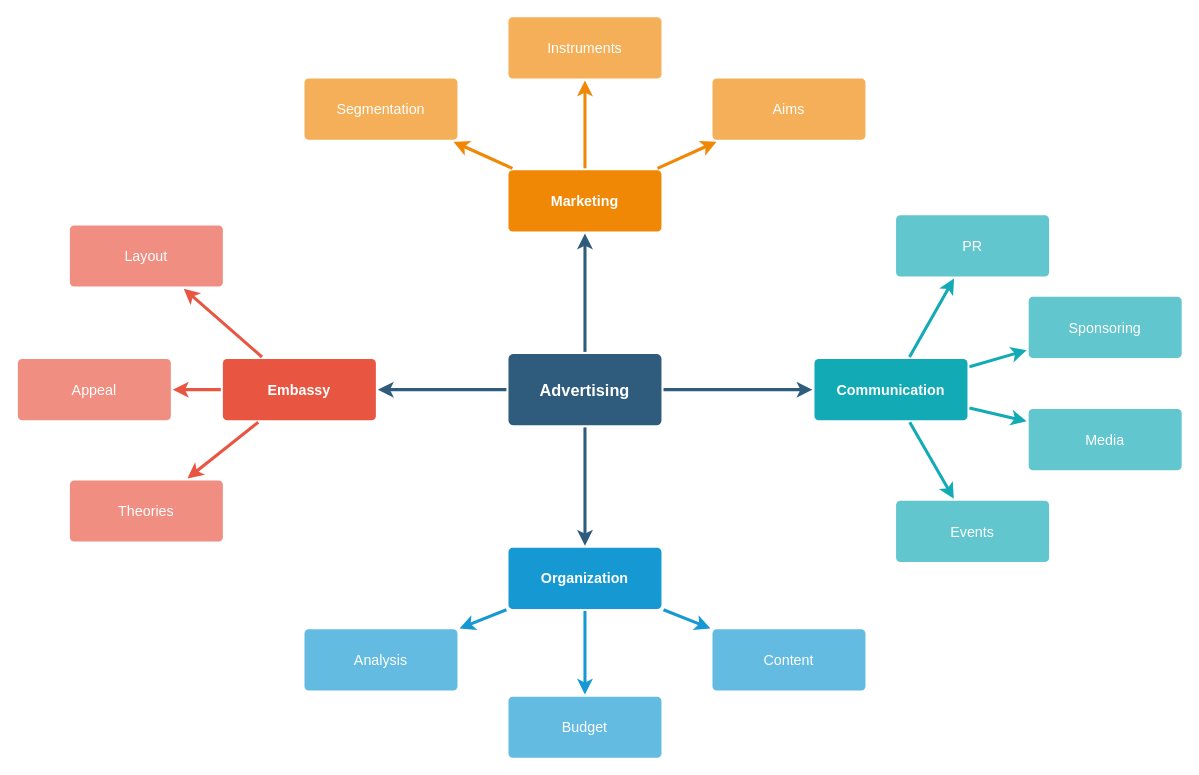
Before: Untitled Diagram.drawio in Pratex04/Java_Teman, a draw.io diagram. Source tidied: cells renumbered, new cells numbered last; positions are measured from the earlier drawing's top-left corner, leaving out a move shared by most shapes. Both pictures are drawn from the tidied source at 102%, with x=0, y=0 at pixel (17, 16).
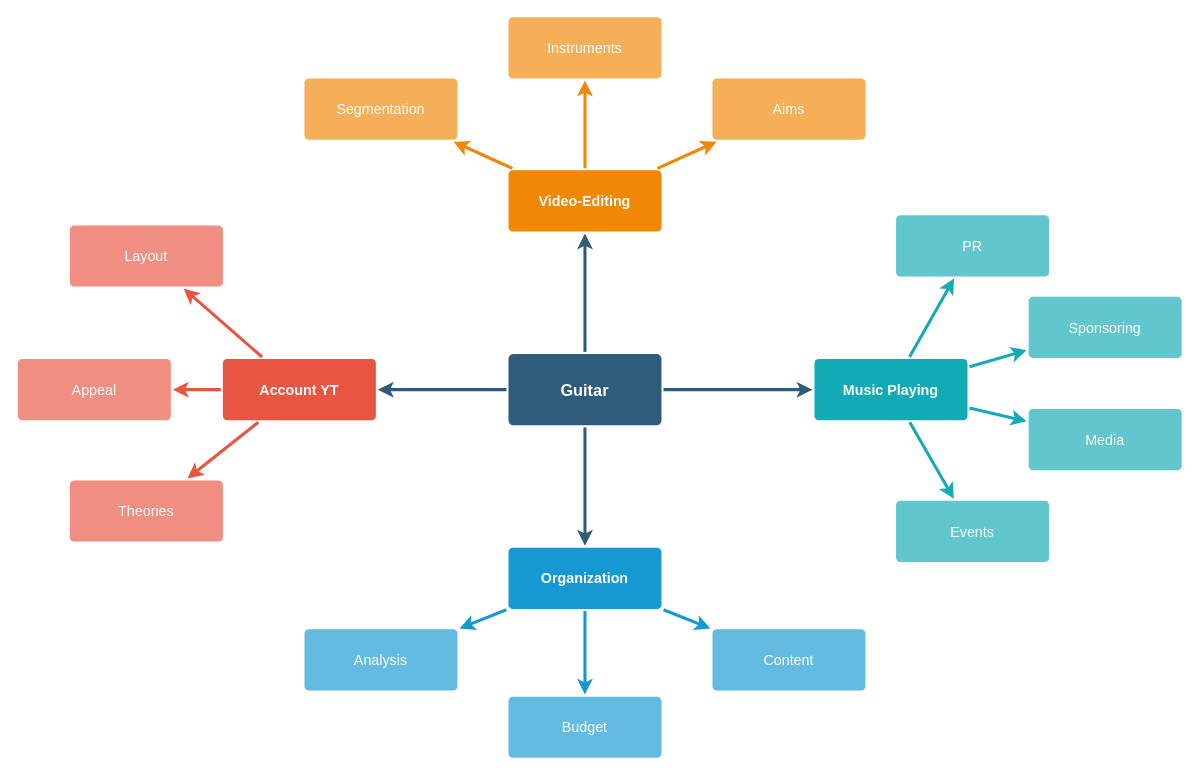
After the change.

Commit message:
guitar-plan-yt

The edit, as a diff of the source:
```diff
@@
-    <mxCell id="6" value="Advertising" style="rounded=1;whiteSpace=wrap;html=1;shadow=0;labelBackgroundColor=none;strokeColor=none;strokeWidth=3;fillColor=#2F5B7C;fontFamily=Helvetica;fontSize=16;fontColor=#FFFFFF;align=center;fontStyle=1;spacing=5;arcSize=7;perimeterSpacing=2;" parent="1" vertex="1">
+    <mxCell id="6" value="Guitar" style="rounded=1;whiteSpace=wrap;html=1;shadow=0;labelBackgroundColor=none;strokeColor=none;strokeWidth=3;fillColor=#2F5B7C;fontFamily=Helvetica;fontSize=16;fontColor=#FFFFFF;align=center;fontStyle=1;spacing=5;arcSize=7;perimeterSpacing=2;" parent="1" vertex="1">
       <mxGeometry x="481" y="330.5" width="150" height="70" as="geometry" />
     </mxCell>
@@
-    <mxCell id="10" value="Embassy" style="rounded=1;whiteSpace=wrap;html=1;shadow=0;labelBackgroundColor=none;strokeColor=none;strokeWidth=3;fillColor=#e85642;fontFamily=Helvetica;fontSize=14;fontColor=#FFFFFF;align=center;spacing=5;fontStyle=1;arcSize=7;perimeterSpacing=2;" parent="1" vertex="1">
+    <mxCell id="10" value="Account YT" style="rounded=1;whiteSpace=wrap;html=1;shadow=0;labelBackgroundColor=none;strokeColor=none;strokeWidth=3;fillColor=#e85642;fontFamily=Helvetica;fontSize=14;fontColor=#FFFFFF;align=center;spacing=5;fontStyle=1;arcSize=7;perimeterSpacing=2;" parent="1" vertex="1">
       <mxGeometry x="201" y="335.5" width="150" height="60" as="geometry" />
     </mxCell>
@@
-    <mxCell id="21" value="Marketing" style="rounded=1;whiteSpace=wrap;html=1;shadow=0;labelBackgroundColor=none;strokeColor=none;strokeWidth=3;fillColor=#F08705;fontFamily=Helvetica;fontSize=14;fontColor=#FFFFFF;align=center;spacing=5;fontStyle=1;arcSize=7;perimeterSpacing=2;" parent="1" vertex="1">
+    <mxCell id="21" value="Video-Editing" style="rounded=1;whiteSpace=wrap;html=1;shadow=0;labelBackgroundColor=none;strokeColor=none;strokeWidth=3;fillColor=#F08705;fontFamily=Helvetica;fontSize=14;fontColor=#FFFFFF;align=center;spacing=5;fontStyle=1;arcSize=7;perimeterSpacing=2;" parent="1" vertex="1">
       <mxGeometry x="481" y="150.5" width="150" height="60" as="geometry" />
     </mxCell>
@@
-    <mxCell id="28" value="Communication" style="rounded=1;whiteSpace=wrap;html=1;shadow=0;labelBackgroundColor=none;strokeColor=none;strokeWidth=3;fillColor=#12aab5;fontFamily=Helvetica;fontSize=14;fontColor=#FFFFFF;align=center;spacing=5;fontStyle=1;arcSize=7;perimeterSpacing=2;" parent="1" vertex="1">
+    <mxCell id="28" value="Music Playing" style="rounded=1;whiteSpace=wrap;html=1;shadow=0;labelBackgroundColor=none;strokeColor=none;strokeWidth=3;fillColor=#12aab5;fontFamily=Helvetica;fontSize=14;fontColor=#FFFFFF;align=center;spacing=5;fontStyle=1;arcSize=7;perimeterSpacing=2;" parent="1" vertex="1">
       <mxGeometry x="781" y="335.5" width="150" height="60" as="geometry" />
     </mxCell>
```
